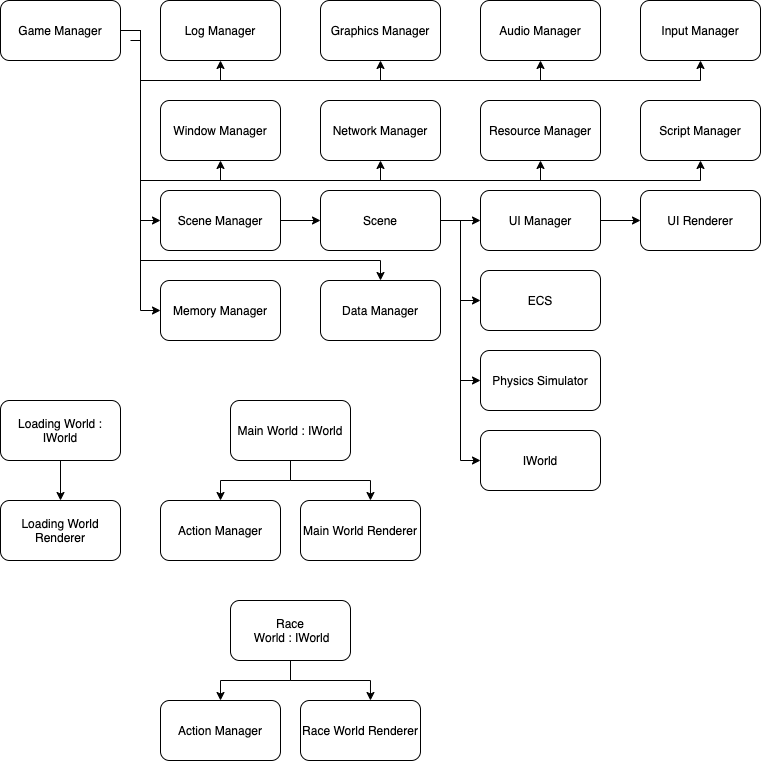
This is documentation/technical_architecture/images/client_class_structure_overview.drawio.png from snowmeltarcade/projectbirdracing, a draw.io export, as it was before one commit. Source tidied: cells renumbered, new cells last; positions are measured from the earlier drawing's top-left corner, leaving out a move shared by most shapes.
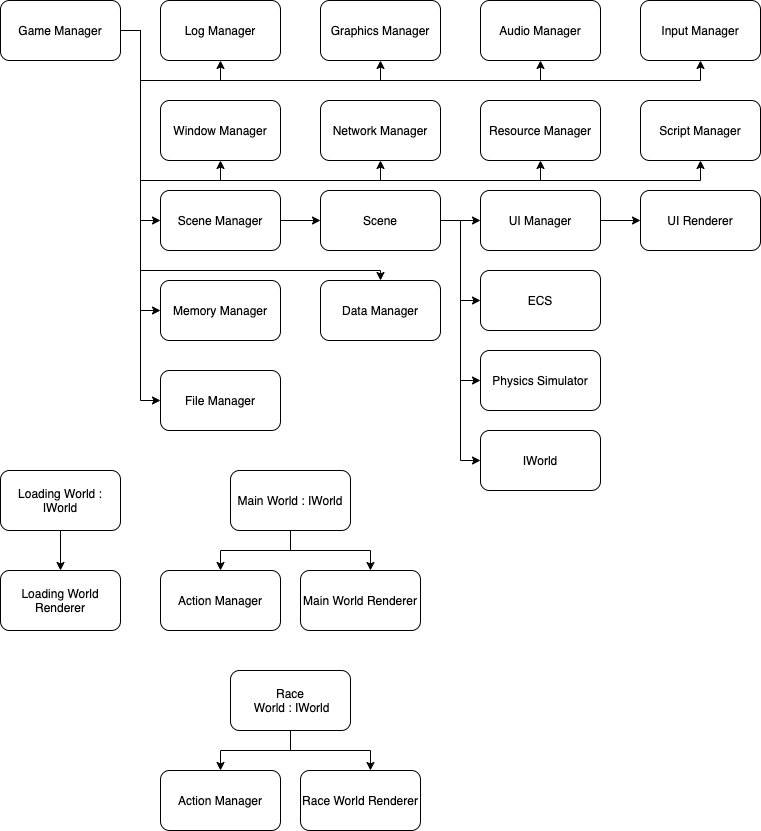
After the change.

What changed in the source:
```diff
@@ -68,6 +68,18 @@
     <mxCell id="11" style="edgeStyle=orthogonalEdgeStyle;rounded=0;jettySize=auto;html=1;exitX=1;exitY=0.5;exitDx=0;exitDy=0;entryX=0;entryY=0.5;entryDx=0;entryDy=0;" parent="1" edge="1" source="12" target="47">
       <mxGeometry relative="1" as="geometry" />
     </mxCell>
+    <mxCell id="50" style="edgeStyle=orthogonalEdgeStyle;html=1;exitX=1;exitY=0.5;exitDx=0;exitDy=0;rounded=0;" parent="1" edge="1" source="12" target="48">
+      <mxGeometry relative="1" as="geometry">
+        <Array as="points">
+          <mxPoint x="140" y="30" />
+          <mxPoint x="140" y="270" />
+          <mxPoint x="380" y="270" />
+        </Array>
+      </mxGeometry>
+    </mxCell>
+    <mxCell id="51" style="edgeStyle=orthogonalEdgeStyle;rounded=0;html=1;exitX=1;exitY=0.5;exitDx=0;exitDy=0;entryX=0;entryY=0.5;entryDx=0;entryDy=0;" parent="1" edge="1" source="12" target="52">
+      <mxGeometry relative="1" as="geometry" />
+    </mxCell>
     <mxCell id="12" value="Game Manager" style="rounded=1;whiteSpace=wrap;html=1;" parent="1" vertex="1">
       <mxGeometry width="120" height="60" as="geometry" />
     </mxCell>
@@ -90,7 +102,7 @@
       <mxGeometry relative="1" as="geometry" />
     </mxCell>
     <mxCell id="19" value="Loading World : IWorld" style="rounded=1;whiteSpace=wrap;html=1;" parent="1" vertex="1">
-      <mxGeometry y="400" width="120" height="60" as="geometry" />
+      <mxGeometry y="470" width="120" height="60" as="geometry" />
     </mxCell>
     <mxCell id="20" value="ECS" style="rounded=1;whiteSpace=wrap;html=1;" parent="1" vertex="1">
       <mxGeometry x="480" y="270" width="120" height="60" as="geometry" />
@@ -108,10 +120,10 @@
       <mxGeometry x="320" y="100" width="120" height="60" as="geometry" />
     </mxCell>
     <mxCell id="25" value="Action Manager" style="rounded=1;whiteSpace=wrap;html=1;" parent="1" vertex="1">
-      <mxGeometry x="160" y="500" width="120" height="60" as="geometry" />
+      <mxGeometry x="160" y="570" width="120" height="60" as="geometry" />
     </mxCell>
     <mxCell id="26" value="Loading World Renderer" style="rounded=1;whiteSpace=wrap;html=1;" parent="1" vertex="1">
-      <mxGeometry y="500" width="120" height="60" as="geometry" />
+      <mxGeometry y="570" width="120" height="60" as="geometry" />
     </mxCell>
     <mxCell id="27" style="edgeStyle=orthogonalEdgeStyle;rounded=0;jettySize=auto;html=1;" parent="1" edge="1" source="28" target="33">
       <mxGeometry relative="1" as="geometry" />
@@ -147,13 +159,13 @@
       <mxGeometry relative="1" as="geometry" />
     </mxCell>
     <mxCell id="38" value="Main World : IWorld" style="rounded=1;whiteSpace=wrap;html=1;" parent="1" vertex="1">
-      <mxGeometry x="230" y="400" width="120" height="60" as="geometry" />
+      <mxGeometry x="230" y="470" width="120" height="60" as="geometry" />
     </mxCell>
     <mxCell id="39" value="Main World Renderer" style="rounded=1;whiteSpace=wrap;html=1;" parent="1" vertex="1">
-      <mxGeometry x="300" y="500" width="120" height="60" as="geometry" />
+      <mxGeometry x="300" y="570" width="120" height="60" as="geometry" />
     </mxCell>
     <mxCell id="40" value="Action Manager" style="rounded=1;whiteSpace=wrap;html=1;" parent="1" vertex="1">
-      <mxGeometry x="160" y="700" width="120" height="60" as="geometry" />
+      <mxGeometry x="160" y="770" width="120" height="60" as="geometry" />
     </mxCell>
     <mxCell id="41" style="edgeStyle=orthogonalEdgeStyle;rounded=0;jettySize=auto;html=1;exitX=0.5;exitY=1;exitDx=0;exitDy=0;entryX=0.5;entryY=0;entryDx=0;entryDy=0;" parent="1" edge="1" source="43" target="40">
       <mxGeometry relative="1" as="geometry" />
@@ -162,10 +174,10 @@
       <mxGeometry relative="1" as="geometry" />
     </mxCell>
     <mxCell id="43" value="Race&lt;br&gt;&amp;nbsp;World : IWorld" style="rounded=1;whiteSpace=wrap;html=1;" parent="1" vertex="1">
-      <mxGeometry x="230" y="600" width="120" height="60" as="geometry" />
+      <mxGeometry x="230" y="670" width="120" height="60" as="geometry" />
     </mxCell>
     <mxCell id="44" value="Race World Renderer" style="rounded=1;whiteSpace=wrap;html=1;" parent="1" vertex="1">
-      <mxGeometry x="300" y="700" width="120" height="60" as="geometry" />
+      <mxGeometry x="300" y="770" width="120" height="60" as="geometry" />
     </mxCell>
     <mxCell id="45" value="Resource Manager" style="rounded=1;whiteSpace=wrap;html=1;" parent="1" vertex="1">
       <mxGeometry x="480" y="100" width="120" height="60" as="geometry" />
@@ -179,15 +191,8 @@
     <mxCell id="48" value="Data Manager" style="rounded=1;whiteSpace=wrap;html=1;" parent="1" vertex="1">
       <mxGeometry x="320" y="280" width="120" height="60" as="geometry" />
     </mxCell>
-    <mxCell id="49" style="edgeStyle=orthogonalEdgeStyle;rounded=0;jettySize=auto;html=1;exitX=1;exitY=0.5;exitDx=0;exitDy=0;" parent="1" edge="1" target="48">
-      <mxGeometry relative="1" as="geometry">
-        <mxPoint x="130" y="40" as="sourcePoint" />
-        <Array as="points">
-          <mxPoint x="140" y="40" />
-          <mxPoint x="140" y="260" />
-          <mxPoint x="380" y="260" />
-        </Array>
-      </mxGeometry>
-    </mxCell>
+    <mxCell id="52" value="File Manager" style="rounded=1;whiteSpace=wrap;html=1;" parent="1" vertex="1">
+      <mxGeometry x="160" y="370" width="120" height="60" as="geometry" />
+    </mxCell>
   </root>
 </mxGraphModel>
```
